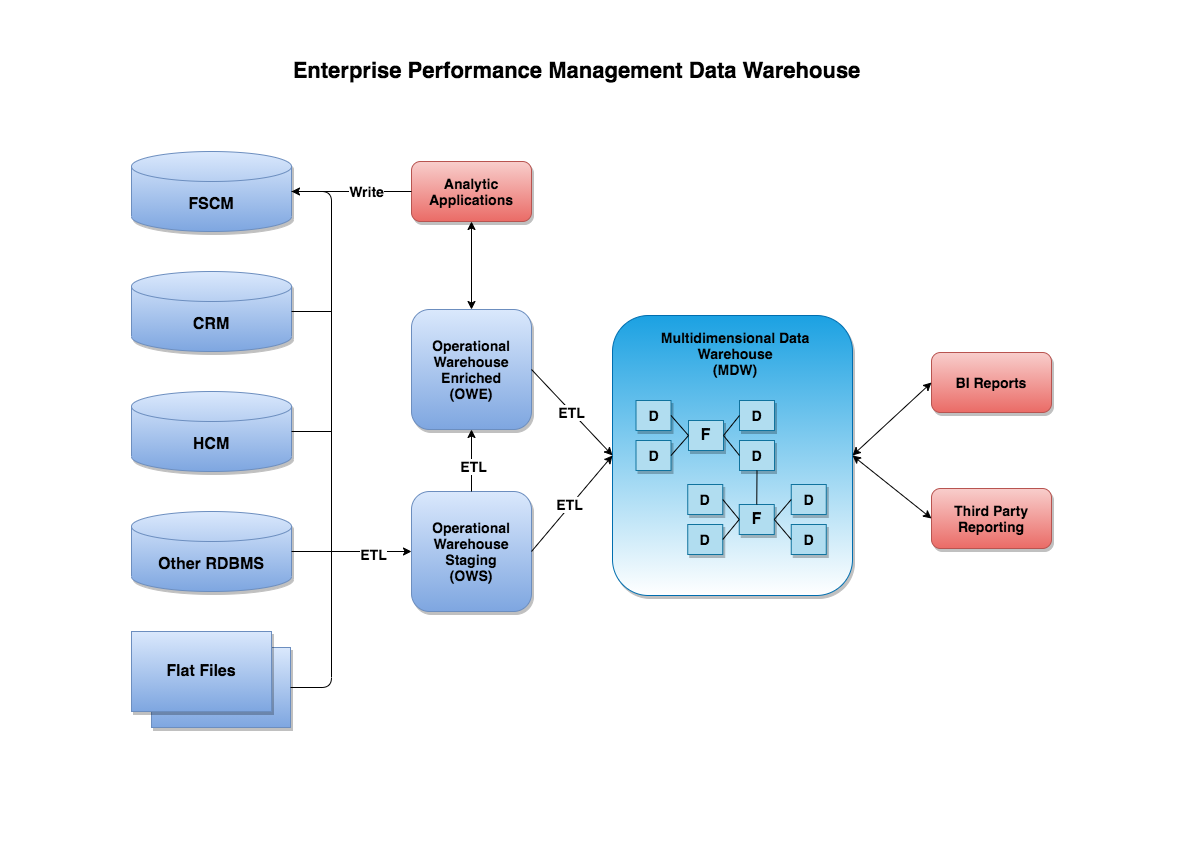
This is images/EPM_Data-Warehouse_Architecture.png from Santdig/santdig.github.io, a draw.io export, as it was before one commit. Source tidied: cells renumbered, new cells last; positions are measured from the earlier drawing's top-left corner, leaving out a move shared by most shapes.
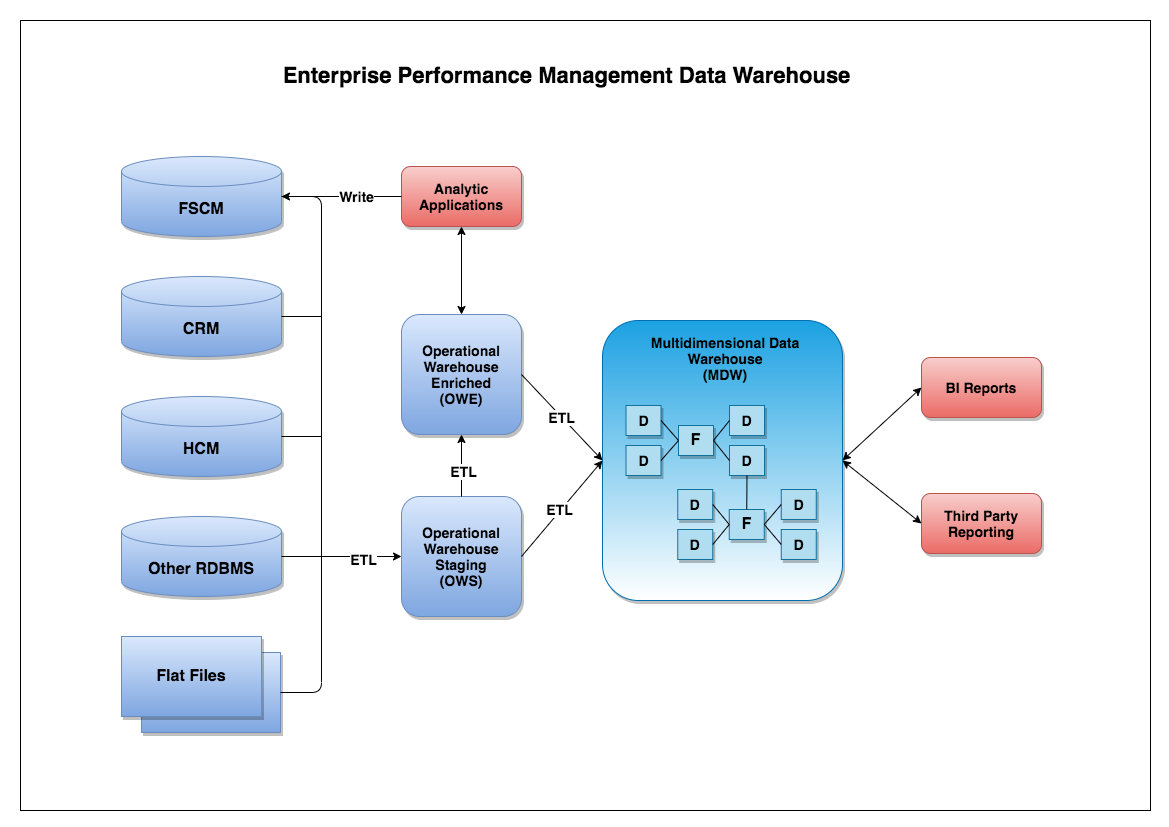
The same diagram one commit later.

What changed in the source:
```diff
@@ -2,6 +2,9 @@
   <root>
     <mxCell id="0" />
     <mxCell id="1" parent="0" />
+    <mxCell id="53" style="rounded=0;whiteSpace=wrap;html=1;shadow=0;sketch=0;gradientDirection=south;" parent="1" vertex="1">
+      <mxGeometry x="-101" y="-45" width="1130" height="790" as="geometry" />
+    </mxCell>
     <mxCell id="2" style="rounded=0;whiteSpace=wrap;html=1;fillColor=#dae8fc;strokeColor=#6c8ebf;gradientColor=#7ea6e0;shadow=1;" parent="1" vertex="1">
       <mxGeometry x="20" y="587" width="139" height="80" as="geometry" />
     </mxCell>
```
